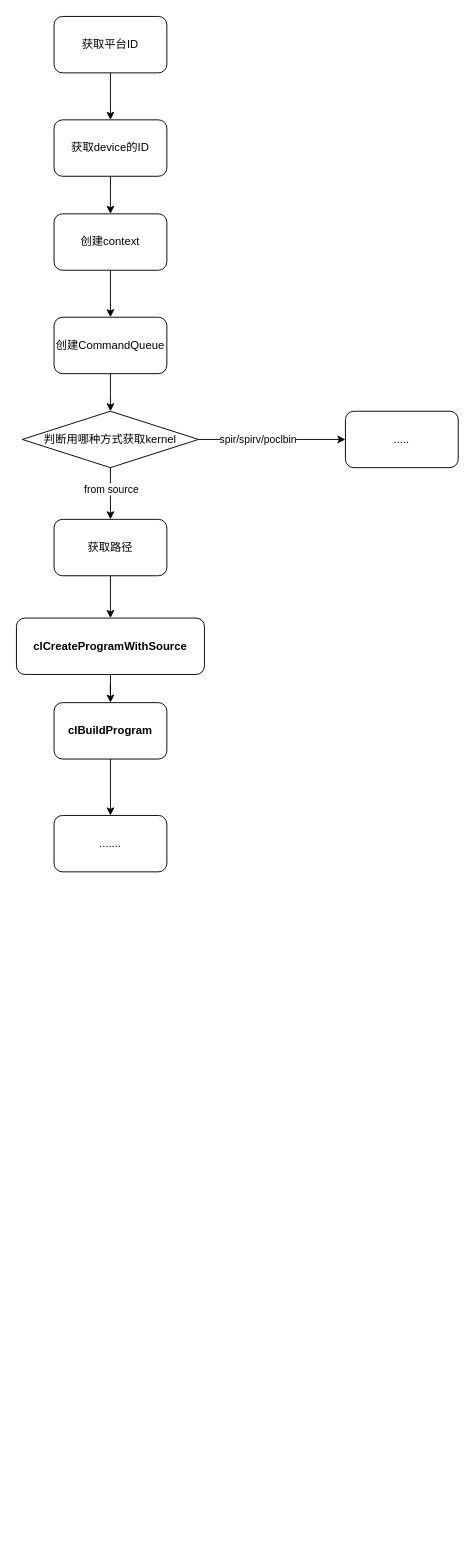
This is pocl-x86/OverView.drawio from dinyy/flow-chart, a draw.io file, before an edit. Source tidied: cells renumbered, new cells numbered last; positions are measured from the earlier drawing's top-left corner, leaving out a move shared by most shapes. Both pictures are drawn from the tidied source at 94%, with x=0, y=0 at pixel (16, 16).
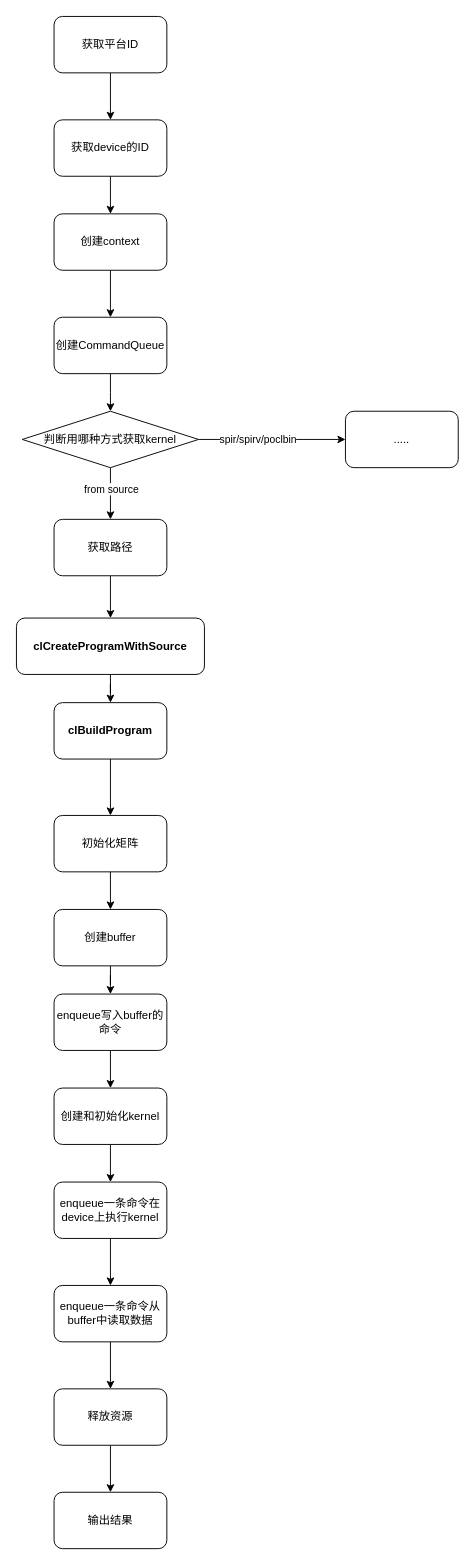
Above is the later version.

Change to the diagram source:
```diff
@@
+    <mxCell id="23" style="edgeStyle=orthogonalEdgeStyle;rounded=0;jettySize=auto;html=1;" parent="1" edge="1" source="22" target="25">
+      <mxGeometry relative="1" as="geometry" />
+    </mxCell>
-    <mxCell id="22" value="......." style="rounded=1;whiteSpace=wrap;html=1;" parent="1" vertex="1">
+    <mxCell id="22" value="初始化矩阵" style="rounded=1;whiteSpace=wrap;html=1;" parent="1" vertex="1">
       <mxGeometry x="40" y="850" width="120" height="60" as="geometry" />
     </mxCell>
+    <mxCell id="24" style="edgeStyle=orthogonalEdgeStyle;rounded=0;jettySize=auto;html=1;" parent="1" edge="1" source="25" target="27">
+      <mxGeometry relative="1" as="geometry" />
+    </mxCell>
+    <mxCell id="25" value="创建buffer" style="whiteSpace=wrap;html=1;rounded=1;" parent="1" vertex="1">
+      <mxGeometry x="40" y="950" width="120" height="60" as="geometry" />
+    </mxCell>
+    <mxCell id="26" style="edgeStyle=orthogonalEdgeStyle;rounded=0;jettySize=auto;html=1;" parent="1" edge="1" source="27" target="29">
+      <mxGeometry relative="1" as="geometry" />
+    </mxCell>
+    <mxCell id="27" value="enqueue写入buffer的命令" style="whiteSpace=wrap;html=1;rounded=1;" parent="1" vertex="1">
+      <mxGeometry x="40" y="1040" width="120" height="60" as="geometry" />
+    </mxCell>
+    <mxCell id="28" style="edgeStyle=orthogonalEdgeStyle;rounded=0;jettySize=auto;html=1;" parent="1" edge="1" source="29" target="31">
+      <mxGeometry relative="1" as="geometry" />
+    </mxCell>
+    <mxCell id="29" value="创建和初始化kernel" style="whiteSpace=wrap;html=1;rounded=1;" parent="1" vertex="1">
+      <mxGeometry x="40" y="1140" width="120" height="60" as="geometry" />
+    </mxCell>
+    <mxCell id="30" style="edgeStyle=orthogonalEdgeStyle;rounded=0;jettySize=auto;html=1;" parent="1" edge="1" source="31" target="33">
+      <mxGeometry relative="1" as="geometry" />
+    </mxCell>
+    <mxCell id="31" value="enqueue一条命令在device上执行kernel" style="whiteSpace=wrap;html=1;rounded=1;" parent="1" vertex="1">
+      <mxGeometry x="40" y="1240" width="120" height="60" as="geometry" />
+    </mxCell>
+    <mxCell id="32" style="edgeStyle=orthogonalEdgeStyle;rounded=0;jettySize=auto;html=1;" parent="1" edge="1" source="33" target="35">
+      <mxGeometry relative="1" as="geometry" />
+    </mxCell>
+    <mxCell id="33" value="enqueue一条命令从buffer中读取数据" style="whiteSpace=wrap;html=1;rounded=1;" parent="1" vertex="1">
+      <mxGeometry x="40" y="1350" width="120" height="60" as="geometry" />
+    </mxCell>
+    <mxCell id="34" style="edgeStyle=orthogonalEdgeStyle;rounded=0;jettySize=auto;html=1;" parent="1" edge="1" source="35" target="36">
+      <mxGeometry relative="1" as="geometry" />
+    </mxCell>
+    <mxCell id="35" value="释放资源" style="whiteSpace=wrap;html=1;rounded=1;" parent="1" vertex="1">
+      <mxGeometry x="40" y="1460" width="120" height="60" as="geometry" />
+    </mxCell>
+    <mxCell id="36" value="输出结果" style="whiteSpace=wrap;html=1;rounded=1;" parent="1" vertex="1">
+      <mxGeometry x="40" y="1570" width="120" height="60" as="geometry" />
+    </mxCell>
```
